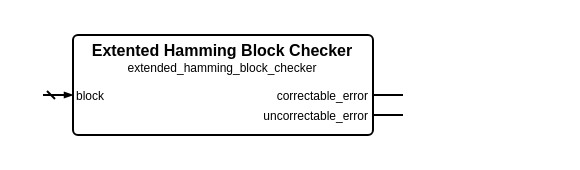
Above: sources/error_control/extended_hamming/extended_hamming_block_checker.symbol.drawio in Louis-DR/OmniCores-BuildingBlocks (draw.io), before the change. Source tidied: cells renumbered, new cells numbered last; positions are measured from the earlier drawing's top-left corner, leaving out a move shared by most shapes. Both pictures are drawn from the tidied source at 200%, with x=0, y=0 at pixel (42, 34).
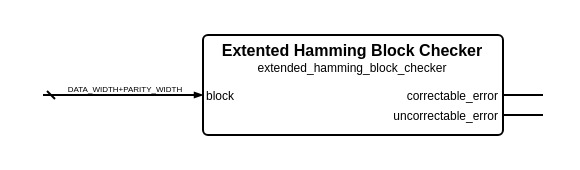
The same diagram, later.

What changed in the source:
```diff
@@
 <mxGraphModel>
   <root>
     <mxCell id="0" />
     <mxCell id="1" parent="0" />
     <mxCell id="2" style="group;" parent="1" vertex="1">
-      <mxGeometry width="180" height="50" as="geometry" />
+      <mxGeometry width="250" height="50" as="geometry" />
     </mxCell>
     <mxCell id="3" style="rounded=1;arcSize=5;fillColor=none;strokeWidth=1;strokeColor=black;whiteSpace=wrap;html=1;" parent="2" vertex="1">
-      <mxGeometry x="15" width="150" height="50" as="geometry" />
+      <mxGeometry x="80" width="150" height="50" as="geometry" />
     </mxCell>
     <mxCell id="4" value="Extented Hamming Block Checker" style="text;html=1;align=center;verticalAlign=middle;whiteSpace=wrap;rounded=0;fontSize=8;fontStyle=1;fontColor=black;" parent="2" vertex="1">
-      <mxGeometry x="15" y="7" width="150" as="geometry" />
+      <mxGeometry x="80" y="7" width="150" as="geometry" />
     </mxCell>
     <mxCell id="5" value="extended_hamming_block_checker" style="text;html=1;align=center;verticalAlign=middle;whiteSpace=wrap;rounded=0;fontSize=6;fontStyle=0;fontColor=black;" parent="2" vertex="1">
-      <mxGeometry x="15" y="16" width="150" as="geometry" />
+      <mxGeometry x="80" y="16" width="150" as="geometry" />
     </mxCell>
     <mxCell id="6" value="block" style="text;html=1;align=left;verticalAlign=middle;whiteSpace=wrap;rounded=0;fontSize=6;fontStyle=0;fontColor=black;" parent="2" vertex="1">
-      <mxGeometry x="15" y="30" width="150" as="geometry" />
+      <mxGeometry x="80" y="30" width="150" as="geometry" />
     </mxCell>
     <mxCell id="7" style="html=1;rounded=1;strokeWidth=1;strokeColor=black;startFill=0;startSize=2;startArrow=dash;endFill=1;endSize=2;endArrow=blockThin;sourcePerimeterSpacing=0;" parent="2" edge="1">
       <mxGeometry relative="1" as="geometry">
         <mxPoint y="30" as="sourcePoint" />
-        <mxPoint x="15" y="30" as="targetPoint" />
+        <mxPoint x="80" y="30" as="targetPoint" />
       </mxGeometry>
     </mxCell>
+    <mxCell id="12" value="DATA_WIDTH+PARITY_WIDTH" style="text;html=1;align=center;verticalAlign=middle;whiteSpace=nowrap;rounded=0;fontSize=4;fontStyle=0;fontColor=black;" parent="2" vertex="1">
+      <mxGeometry x="40" y="27" as="geometry" />
+    </mxCell>
     <mxCell id="8" value="correctable_error" style="text;html=1;align=right;verticalAlign=middle;whiteSpace=wrap;rounded=0;fontSize=6;fontStyle=0;fontColor=black;" parent="2" vertex="1">
-      <mxGeometry x="15" y="30" width="150" as="geometry" />
+      <mxGeometry x="80" y="30" width="150" as="geometry" />
     </mxCell>
     <mxCell id="9" style="html=1;rounded=1;strokeWidth=1;strokeColor=black;startFill=0;startSize=2;startArrow=none;endFill=1;endSize=2;endArrow=none;sourcePerimeterSpacing=0;" parent="2" edge="1">
       <mxGeometry relative="1" as="geometry">
-        <mxPoint x="180" y="30" as="sourcePoint" />
-        <mxPoint x="165" y="30" as="targetPoint" />
+        <mxPoint x="250" y="30" as="sourcePoint" />
+        <mxPoint x="230" y="30" as="targetPoint" />
       </mxGeometry>
     </mxCell>
     <mxCell id="10" value="uncorrectable_error" style="text;html=1;align=right;verticalAlign=middle;whiteSpace=wrap;rounded=0;fontSize=6;fontStyle=0;fontColor=black;" parent="2" vertex="1">
-      <mxGeometry x="15" y="40" width="150" as="geometry" />
+      <mxGeometry x="80" y="40" width="150" as="geometry" />
     </mxCell>
     <mxCell id="11" style="html=1;rounded=1;strokeWidth=1;strokeColor=black;startFill=0;startSize=2;startArrow=none;endFill=1;endSize=2;endArrow=none;sourcePerimeterSpacing=0;" parent="2" edge="1">
       <mxGeometry relative="1" as="geometry">
-        <mxPoint x="180" y="40" as="sourcePoint" />
-        <mxPoint x="165" y="40" as="targetPoint" />
+        <mxPoint x="250" y="40" as="sourcePoint" />
+        <mxPoint x="230" y="40" as="targetPoint" />
       </mxGeometry>
     </mxCell>
   </root>
 </mxGraphModel>
```
